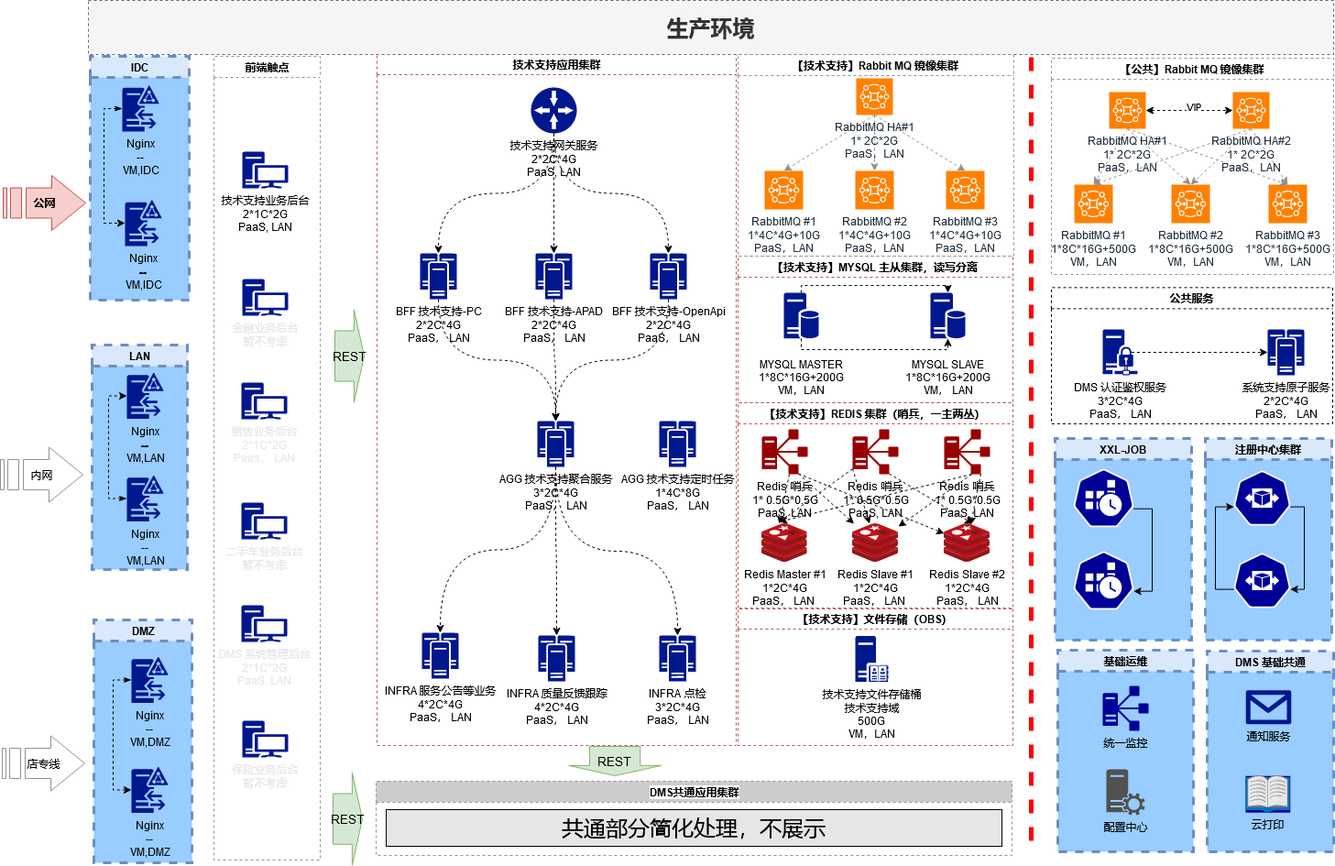
Above: 新DMS-技术支持领域服务-部署架构设计-2022-01-29.drawio.png in Fat-Rice/study (draw.io), before the change. Source tidied: cells renumbered, new cells last; positions are measured from the earlier drawing's top-left corner, leaving out a move shared by most shapes.
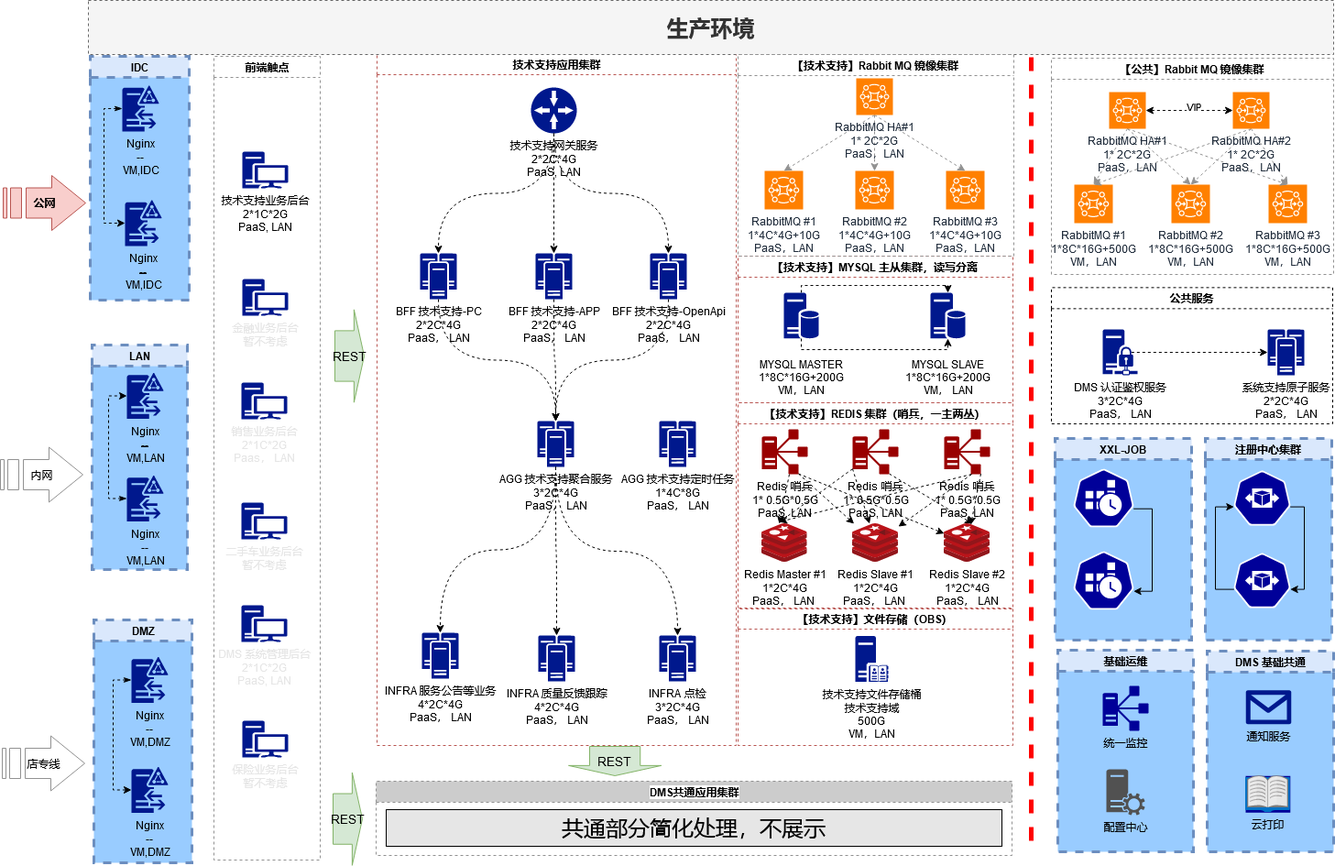
After the commit.

Commit message:
更新新DMS-技术支持领域服务-部署架构设计-2022-01-29.drawio.png

Diff of the diagram source:
```diff
@@ -201,7 +201,7 @@
     <mxCell id="65" style="edgeStyle=orthogonalEdgeStyle;curved=1;rounded=0;jettySize=auto;html=1;exitX=0.5;exitY=1;exitDx=0;exitDy=0;exitPerimeter=0;entryX=0.5;entryY=0;entryDx=0;entryDy=0;entryPerimeter=0;dashed=1;fontColor=#000000;strokeColor=#000000;strokeWidth=1;" parent="54" edge="1" source="61" target="56">
       <mxGeometry relative="1" as="geometry" />
     </mxCell>
-    <mxCell id="66" value="BFF 技术支持-APAD&lt;br&gt;2*2C*4G&lt;br&gt;PaaS， LAN" style="shadow=0;dashed=0;html=1;strokeColor=none;labelPosition=center;verticalLabelPosition=bottom;verticalAlign=top;align=center;fillColor=#00188D;shape=mxgraph.mscae.enterprise.cluster_server;labelBackgroundColor=none;sketch=0;" parent="54" vertex="1">
+    <mxCell id="66" value="BFF 技术支持-APP&lt;br&gt;2*2C*4G&lt;br&gt;PaaS， LAN" style="shadow=0;dashed=0;html=1;strokeColor=none;labelPosition=center;verticalLabelPosition=bottom;verticalAlign=top;align=center;fillColor=#00188D;shape=mxgraph.mscae.enterprise.cluster_server;labelBackgroundColor=none;sketch=0;" parent="54" vertex="1">
       <mxGeometry x="173" y="218" width="40" height="50" as="geometry" />
     </mxCell>
     <mxCell id="67" style="edgeStyle=orthogonalEdgeStyle;curved=1;rounded=0;jettySize=auto;html=1;exitX=0.5;exitY=1;exitDx=0;exitDy=0;exitPerimeter=0;entryX=0.5;entryY=0;entryDx=0;entryDy=0;entryPerimeter=0;dashed=1;fontColor=#000000;strokeColor=#000000;strokeWidth=1;" parent="54" edge="1" source="58" target="66">
```
